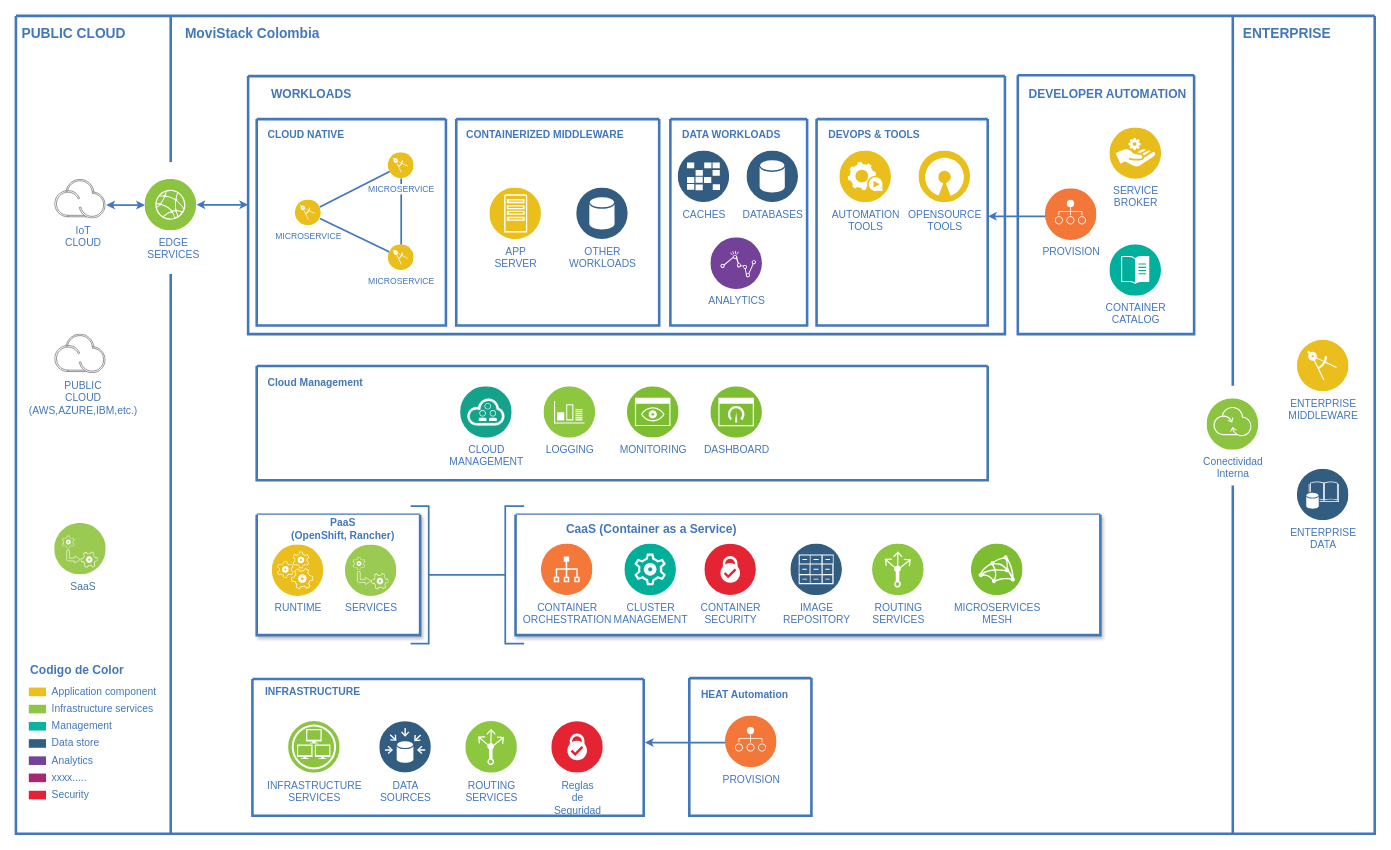
This is Untitled Diagram.drawio from Celera/postfix, a draw.io file, before an edit. Source tidied: cells renumbered, new cells numbered last; positions are measured from the earlier drawing's top-left corner, leaving out a move shared by most shapes. Both pictures are drawn from the tidied source at 86%, with x=0, y=0 at pixel (15, 15).
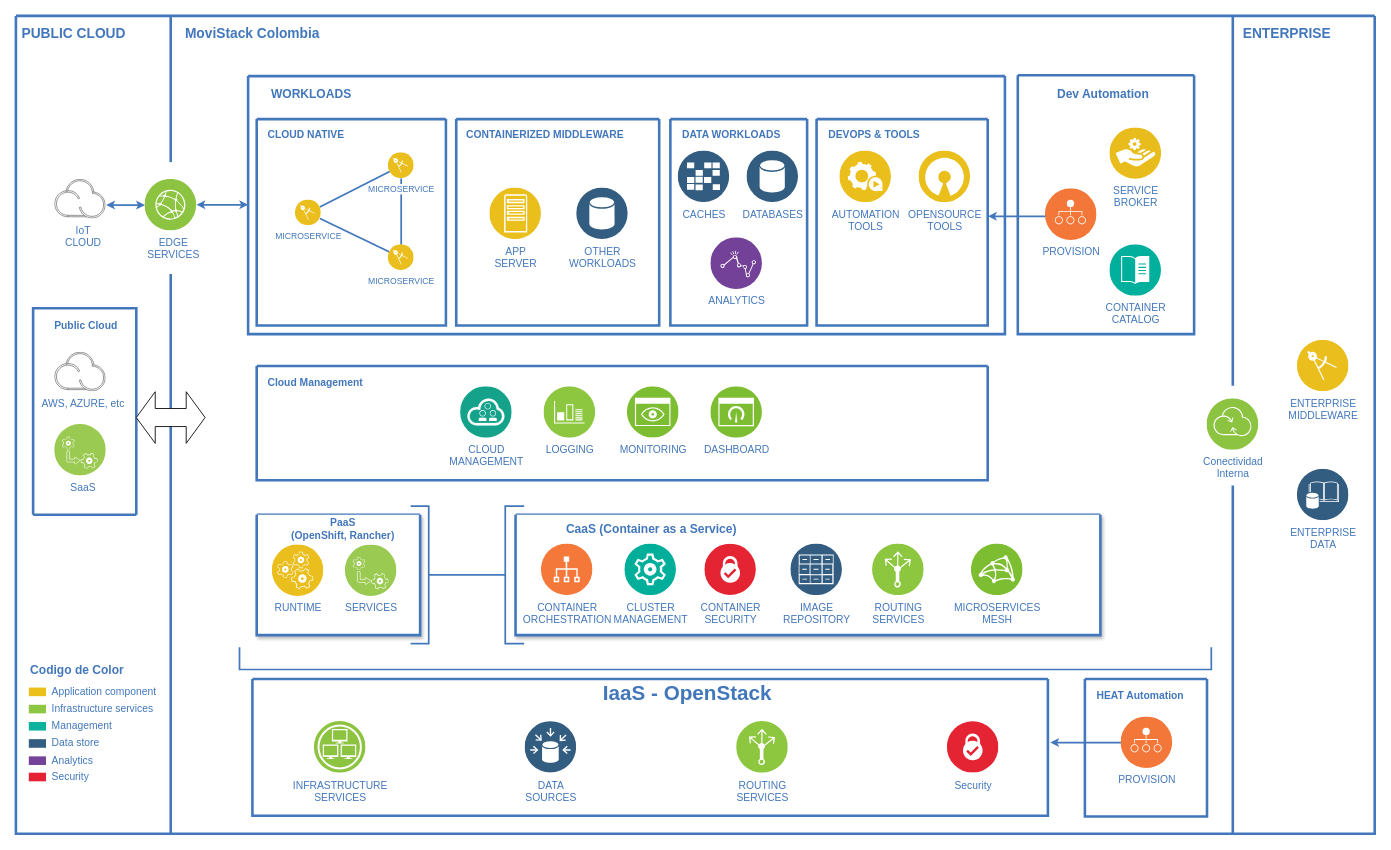
The same diagram, later.

Unchanged cells that the change refers to:
```xml
<mxCell id="2" value="d" style="swimlane;shadow=0;strokeColor=#4277BB;fillColor=#ffffff;fontColor=none;align=right;startSize=0;noLabel=1;strokeWidth=3;" parent="1" vertex="1">
  <mxGeometry width="1580" height="951" as="geometry" />
</mxCell>
<mxCell id="43" style="swimlane;shadow=0;labelBackgroundColor=#007FFF;strokeColor=#4277BB;fillColor=none;gradientColor=none;fontColor=#000000;align=right;startSize=0;strokeWidth=3;" parent="2" vertex="1">
  <mxGeometry x="1165" y="69" width="205" height="301" as="geometry" />
</mxCell>
```

The edit, as a diff of the source:
```diff
@@
+    <mxCell id="89" style="swimlane;shadow=0;labelBackgroundColor=#007FFF;strokeColor=#4277BB;fillColor=none;gradientColor=none;fontColor=#000000;align=right;startSize=240;strokeWidth=3;" parent="2" vertex="1">
+      <mxGeometry x="20" y="340" width="120" height="240" as="geometry" />
+    </mxCell>
+    <mxCell id="90" value="Public Cloud" style="text;html=1;align=left;verticalAlign=middle;fontColor=#4277BB;shadow=0;dashed=0;strokeColor=none;fillColor=none;labelBackgroundColor=none;fontStyle=1;fontSize=12;spacingLeft=5;" parent="89" vertex="1">
+      <mxGeometry x="18" y="10" width="84" height="20" as="geometry" />
+    </mxCell>
@@
-    <mxCell id="13" value="xxxx....." style="rounded=0;html=1;shadow=0;labelBackgroundColor=none;strokeColor=none;strokeWidth=2;fillColor=#A72870;gradientColor=none;fontSize=12;fontColor=#4277BB;align=left;labelPosition=right;verticalLabelPosition=middle;verticalAlign=middle;spacingLeft=5;" parent="2" vertex="1">
-      <mxGeometry x="15" y="881" width="20" height="10" as="geometry" />
-    </mxCell>
     <mxCell id="14" value="Security" style="rounded=0;html=1;shadow=0;labelBackgroundColor=none;strokeColor=none;strokeWidth=2;fillColor=#E52134;gradientColor=none;fontSize=12;fontColor=#4277BB;align=left;labelPosition=right;verticalLabelPosition=middle;verticalAlign=middle;spacingLeft=5;" parent="2" vertex="1">
-      <mxGeometry x="15" y="901" width="20" height="10" as="geometry" />
+      <mxGeometry x="15" y="880" width="20" height="10" as="geometry" />
     </mxCell>
@@
-    <mxCell id="44" value="DEVELOPER AUTOMATION" style="text;html=1;align=left;verticalAlign=middle;fontColor=#4277BB;shadow=0;dashed=0;strokeColor=none;fillColor=none;labelBackgroundColor=none;fontStyle=1;fontSize=14;spacingLeft=5;" parent="43" vertex="1">
-      <mxGeometry x="6" y="12" width="194" height="20" as="geometry" />
+    <mxCell id="44" value="Dev Automation" style="text;html=1;align=left;verticalAlign=middle;fontColor=#4277BB;shadow=0;dashed=0;strokeColor=none;fillColor=none;labelBackgroundColor=none;fontStyle=1;fontSize=14;spacingLeft=5;" parent="43" vertex="1">
+      <mxGeometry x="39" y="12" width="124" height="20" as="geometry" />
     </mxCell>
@@
-    <mxCell id="51" value="&lt;div&gt;PUBLIC&lt;/div&gt;&lt;div&gt;CLOUD &lt;br&gt;&lt;/div&gt;&lt;div&gt;(AWS,AZURE,IBM,etc.)&lt;br&gt;&lt;/div&gt;" style="perimeter=ellipsePerimeter;html=1;align=center;shadow=0;image;image=img/lib/ibm/miscellaneous/ibm_public_cloud.svg;labelBackgroundColor=none;strokeColor=none;strokeWidth=2;fillColor=#808080;gradientColor=none;fontSize=12;fontColor=#4277BB;rounded=0;verticalAlign=top;spacingLeft=5;" parent="2" vertex="1">
-      <mxGeometry x="45" y="370" width="60" height="46" as="geometry" />
+    <mxCell id="51" value="&lt;font style=&quot;font-size: 12px&quot;&gt;AWS, AZURE, etc&lt;/font&gt;" style="perimeter=ellipsePerimeter;html=1;align=center;shadow=0;image;image=img/lib/ibm/miscellaneous/ibm_public_cloud.svg;labelBackgroundColor=none;strokeColor=none;strokeWidth=2;fillColor=#808080;gradientColor=none;fontSize=12;fontColor=#4277BB;rounded=0;verticalAlign=top;spacingLeft=5;" parent="2" vertex="1">
+      <mxGeometry x="45" y="391" width="60" height="46" as="geometry" />
     </mxCell>
@@
     <mxCell id="53" value="SaaS" style="perimeter=ellipsePerimeter;html=1;align=center;shadow=0;image;image=img/lib/ibm/blockchain/services.svg;labelBackgroundColor=none;strokeColor=none;strokeWidth=2;fillColor=#808080;gradientColor=none;fontSize=12;fontColor=#4277BB;rounded=0;verticalAlign=top;spacingLeft=5;" parent="2" vertex="1">
-      <mxGeometry x="45" y="590" width="60" height="60" as="geometry" />
+      <mxGeometry x="45" y="475" width="60" height="60" as="geometry" />
     </mxCell>
@@
     <mxCell id="66" style="swimlane;shadow=0;labelBackgroundColor=#007FFF;strokeColor=#4277BB;fillColor=none;gradientColor=none;fontColor=#000000;align=right;startSize=0;strokeWidth=3;" parent="2" vertex="1">
-      <mxGeometry x="275" y="771" width="455" height="159" as="geometry" />
+      <mxGeometry x="275" y="771" width="925" height="159" as="geometry" />
     </mxCell>
     <mxCell id="67" value="INFRASTRUCTURE&lt;div&gt;SERVICES&lt;/div&gt;" style="perimeter=ellipsePerimeter;html=1;align=center;shadow=0;dashed=0;image;image=img/lib/ibm/infrastructure/infrastructure_services.svg;labelBackgroundColor=none;strokeColor=#4277BB;strokeWidth=2;fillColor=none;gradientColor=none;fontSize=12;fontColor=#4277BB;" parent="66" vertex="1">
-      <mxGeometry x="42" y="49.5" width="60" height="60" as="geometry" />
+      <mxGeometry x="72" y="49.5" width="60" height="60" as="geometry" />
     </mxCell>
     <mxCell id="68" value="DATA&lt;div&gt;SOURCES&lt;/div&gt;" style="perimeter=ellipsePerimeter;html=1;align=center;shadow=0;dashed=0;image;image=img/lib/ibm/data/data_sources.svg;labelBackgroundColor=none;strokeColor=#4277BB;strokeWidth=2;fillColor=none;gradientColor=none;fontSize=12;fontColor=#4277BB;" parent="66" vertex="1">
-      <mxGeometry x="148" y="49.5" width="60" height="60" as="geometry" />
+      <mxGeometry x="317" y="49.5" width="60" height="60" as="geometry" />
     </mxCell>
     <mxCell id="69" value="ROUTING&lt;div&gt;SERVICES&lt;/div&gt;" style="perimeter=ellipsePerimeter;html=1;align=center;shadow=0;dashed=0;image;image=img/lib/ibm/infrastructure/load_balancing_routing.svg;labelBackgroundColor=none;strokeColor=#4277BB;strokeWidth=2;fillColor=none;gradientColor=none;fontSize=12;fontColor=#4277BB;" parent="66" vertex="1">
-      <mxGeometry x="248" y="49.5" width="60" height="60" as="geometry" />
+      <mxGeometry x="563" y="49.5" width="60" height="60" as="geometry" />
     </mxCell>
-    <mxCell id="70" value="&lt;div&gt;Reglas&lt;/div&gt;&lt;div&gt;de&lt;/div&gt;&lt;div&gt;Seguridad&lt;br&gt;&lt;/div&gt;" style="perimeter=ellipsePerimeter;html=1;align=center;shadow=0;dashed=0;image;image=img/lib/ibm/blockchain/certificate_authority.svg;labelBackgroundColor=none;strokeColor=#4277BB;strokeWidth=2;fillColor=none;gradientColor=none;fontSize=12;fontColor=#4277BB;" parent="66" vertex="1">
-      <mxGeometry x="348" y="49.5" width="60" height="60" as="geometry" />
+    <mxCell id="70" value="Security" style="perimeter=ellipsePerimeter;html=1;align=center;shadow=0;dashed=0;image;image=img/lib/ibm/blockchain/certificate_authority.svg;labelBackgroundColor=none;strokeColor=#4277BB;strokeWidth=2;fillColor=none;gradientColor=none;fontSize=12;fontColor=#4277BB;" parent="66" vertex="1">
+      <mxGeometry x="808" y="49.5" width="60" height="60" as="geometry" />
     </mxCell>
-    <mxCell id="71" value="INFRASTRUCTURE" style="text;html=1;align=left;verticalAlign=middle;fontColor=#4277BB;shadow=0;dashed=0;strokeColor=none;fillColor=none;labelBackgroundColor=none;fontStyle=1;fontSize=12;spacingLeft=5;" parent="66" vertex="1">
-      <mxGeometry x="8" y="5" width="150" height="20" as="geometry" />
+    <mxCell id="71" value="&lt;font style=&quot;font-size: 24px&quot;&gt;IaaS - OpenStack&lt;/font&gt;" style="text;html=1;align=left;verticalAlign=middle;fontColor=#4277BB;shadow=0;dashed=0;strokeColor=none;fillColor=none;labelBackgroundColor=none;fontStyle=1;fontSize=12;spacingLeft=5;" parent="66" vertex="1">
+      <mxGeometry x="401" y="-1" width="222" height="35" as="geometry" />
     </mxCell>
@@
+    <mxCell id="91" style="html=1;shadow=0;dashed=0;align=center;verticalAlign=middle;shape=mxgraph.arrows2.twoWayArrow;dy=0.65;dx=22;" parent="2" vertex="1">
+      <mxGeometry x="140" y="437" width="80" height="60" as="geometry" />
+    </mxCell>
+    <mxCell id="92" style="shape=partialRectangle;whiteSpace=wrap;html=1;left=1;right=0;top=1;bottom=1;fillColor=none;routingCenterX=-0.5;shadow=0;labelBackgroundColor=#ffffff;strokeColor=#4277BB;strokeWidth=2;fontSize=12;fontColor=#4277BB;align=center;direction=north;" parent="2" vertex="1">
+      <mxGeometry x="260" y="735" width="1130" height="25" as="geometry" />
+    </mxCell>
     <mxCell id="86" style="swimlane;shadow=0;labelBackgroundColor=#007FFF;strokeColor=#4277BB;fillColor=none;gradientColor=none;fontColor=#000000;align=right;startSize=0;strokeWidth=3;" parent="2" vertex="1">
-      <mxGeometry x="783" y="770" width="142" height="160" as="geometry" />
+      <mxGeometry x="1243" y="771" width="142" height="160" as="geometry" />
     </mxCell>
```
